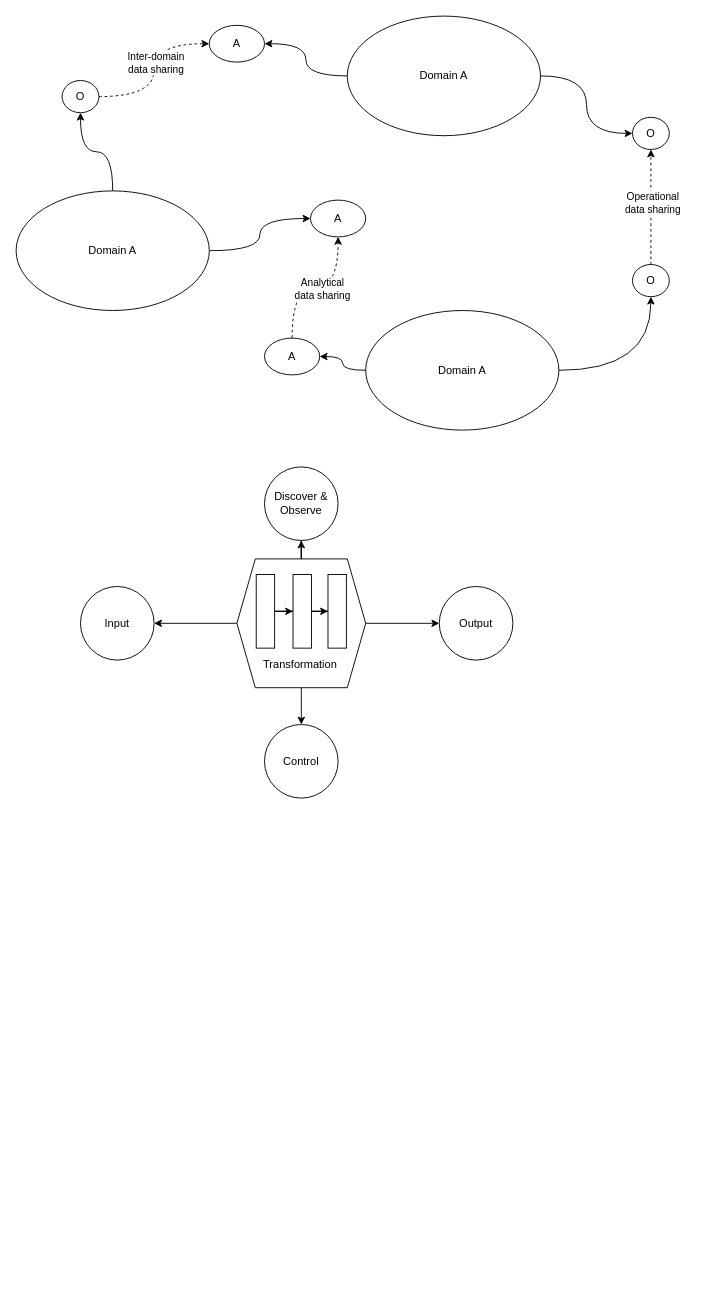
The draw.io diagram DataManagement/image/Mesh_Implementation.drawio in abhinavofficial/framework-utility-compilation, before the edit. Source tidied: cells renumbered, new cells numbered last; positions are measured from the earlier drawing's top-left corner, leaving out a move shared by most shapes. Both pictures are drawn from the tidied source at 92%, with x=0, y=0 at pixel (16, 16).
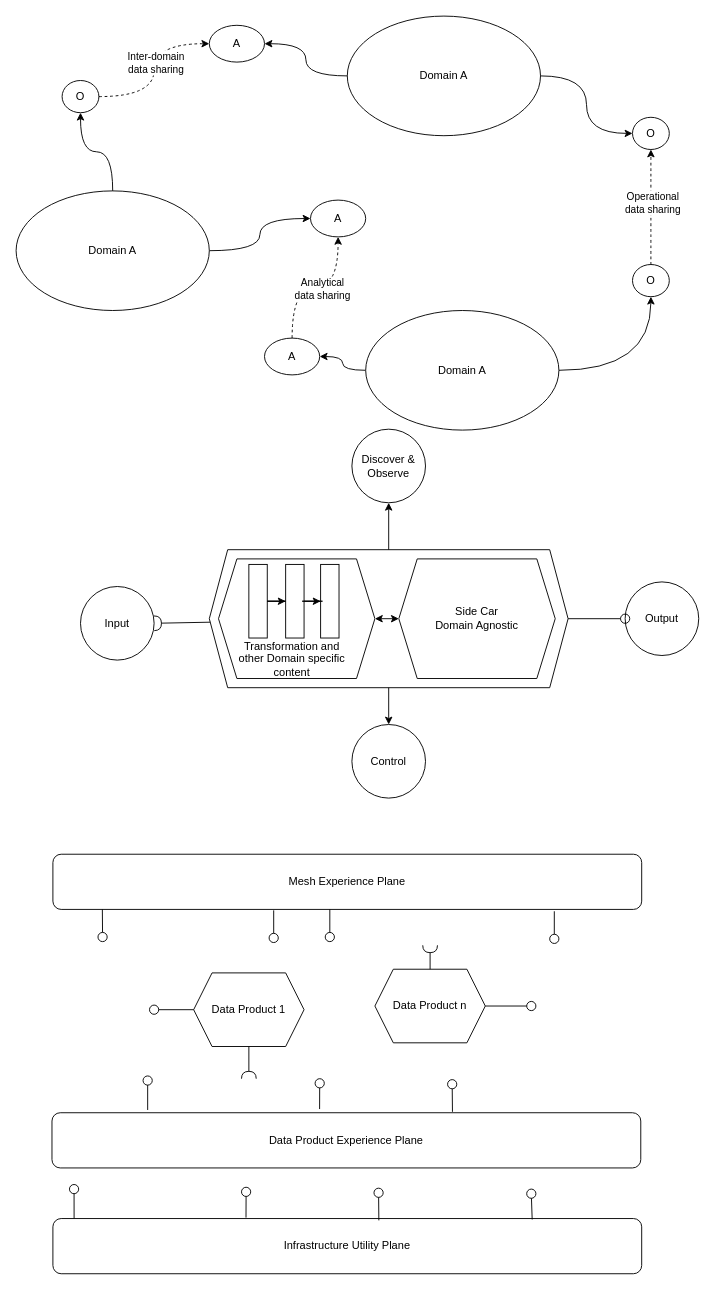
The same diagram, later.

The change refers to these unchanged cells:
```xml
<mxCell id="23" value="Input" style="ellipse;whiteSpace=wrap;html=1;" parent="1" vertex="1">
  <mxGeometry x="70" y="620" width="80" height="80" as="geometry" />
</mxCell>
```

What changed in the source:
```diff
@@
+    <mxCell id="31" style="shape=hexagon;perimeter=hexagonPerimeter2;whiteSpace=wrap;html=1;fixedSize=1;" parent="1" vertex="1">
+      <mxGeometry x="210" y="580" width="390" height="150" as="geometry" />
+    </mxCell>
+    <mxCell id="38" style="shape=hexagon;perimeter=hexagonPerimeter2;whiteSpace=wrap;html=1;fixedSize=1;" parent="1" vertex="1">
+      <mxGeometry x="220" y="590" width="170" height="130" as="geometry" />
+    </mxCell>
@@
+    <mxCell id="39" value="Mesh Experience Plane" style="rounded=1;whiteSpace=wrap;html=1;" parent="1" vertex="1">
+      <mxGeometry x="40" y="911" width="640" height="60" as="geometry" />
+    </mxCell>
+    <mxCell id="40" value="Data Product Experience Plane" style="rounded=1;whiteSpace=wrap;html=1;" parent="1" vertex="1">
+      <mxGeometry x="39" y="1192" width="640" height="60" as="geometry" />
+    </mxCell>
+    <mxCell id="41" value="Infrastructure Utility Plane" style="rounded=1;whiteSpace=wrap;html=1;" parent="1" vertex="1">
+      <mxGeometry x="40" y="1307" width="640" height="60" as="geometry" />
+    </mxCell>
+    <mxCell id="42" style="rounded=0;jettySize=auto;html=1;endArrow=oval;endFill=0;sketch=0;sourcePerimeterSpacing=0;targetPerimeterSpacing=0;endSize=10;exitX=0.084;exitY=1;exitDx=0;exitDy=0;exitPerimeter=0;" parent="1" edge="1" source="39">
+      <mxGeometry relative="1" as="geometry">
+        <mxPoint x="94" y="1001" as="targetPoint" />
+      </mxGeometry>
+    </mxCell>
+    <mxCell id="43" style="rounded=0;orthogonalLoop=1;jettySize=auto;html=1;endArrow=oval;endFill=0;sketch=0;sourcePerimeterSpacing=0;targetPerimeterSpacing=0;endSize=10;exitX=0.084;exitY=1;exitDx=0;exitDy=0;exitPerimeter=0;" parent="1" edge="1">
+      <mxGeometry relative="1" as="geometry">
+        <mxPoint x="280" y="972" as="sourcePoint" />
+        <mxPoint x="280" y="1002" as="targetPoint" />
+      </mxGeometry>
+    </mxCell>
+    <mxCell id="44" style="rounded=0;orthogonalLoop=1;jettySize=auto;html=1;endArrow=oval;endFill=0;sketch=0;sourcePerimeterSpacing=0;targetPerimeterSpacing=0;endSize=10;exitX=0.084;exitY=1;exitDx=0;exitDy=0;exitPerimeter=0;" parent="1" edge="1">
+      <mxGeometry relative="1" as="geometry">
+        <mxPoint x="341" y="971" as="sourcePoint" />
+        <mxPoint x="341" y="1001" as="targetPoint" />
+      </mxGeometry>
+    </mxCell>
+    <mxCell id="45" style="rounded=0;orthogonalLoop=1;jettySize=auto;html=1;endArrow=oval;endFill=0;sketch=0;sourcePerimeterSpacing=0;targetPerimeterSpacing=0;endSize=10;exitX=0.084;exitY=1;exitDx=0;exitDy=0;exitPerimeter=0;" parent="1" edge="1">
+      <mxGeometry relative="1" as="geometry">
+        <mxPoint x="585" y="973" as="sourcePoint" />
+        <mxPoint x="585" y="1003" as="targetPoint" />
+      </mxGeometry>
+    </mxCell>
+    <mxCell id="46" style="rounded=0;jettySize=auto;html=1;endArrow=oval;endFill=0;sketch=0;sourcePerimeterSpacing=0;targetPerimeterSpacing=0;endSize=10;exitX=0.036;exitY=0;exitDx=0;exitDy=0;exitPerimeter=0;" parent="1" edge="1" source="41">
+      <mxGeometry relative="1" as="geometry">
+        <mxPoint x="63" y="1275" as="targetPoint" />
+      </mxGeometry>
+    </mxCell>
+    <mxCell id="47" style="rounded=0;orthogonalLoop=1;jettySize=auto;html=1;endArrow=oval;endFill=0;sketch=0;sourcePerimeterSpacing=0;targetPerimeterSpacing=0;endSize=10;exitX=0.328;exitY=-0.05;exitDx=0;exitDy=0;exitPerimeter=0;" parent="1" edge="1">
+      <mxGeometry relative="1" as="geometry">
+        <mxPoint x="249.9" y="1306" as="sourcePoint" />
+        <mxPoint x="250" y="1278" as="targetPoint" />
+      </mxGeometry>
+    </mxCell>
+    <mxCell id="48" style="rounded=0;orthogonalLoop=1;jettySize=auto;html=1;endArrow=oval;endFill=0;sketch=0;sourcePerimeterSpacing=0;targetPerimeterSpacing=0;endSize=10;exitX=0.438;exitY=-0.033;exitDx=0;exitDy=0;exitPerimeter=0;" parent="1" edge="1">
+      <mxGeometry relative="1" as="geometry">
+        <mxPoint x="394.3" y="1309" as="sourcePoint" />
+        <mxPoint x="394" y="1279" as="targetPoint" />
+      </mxGeometry>
+    </mxCell>
+    <mxCell id="49" style="rounded=0;jettySize=auto;html=1;endArrow=oval;endFill=0;sketch=0;sourcePerimeterSpacing=0;targetPerimeterSpacing=0;endSize=10;exitX=0.814;exitY=0.017;exitDx=0;exitDy=0;exitPerimeter=0;" parent="1" edge="1" source="41">
+      <mxGeometry relative="1" as="geometry">
+        <mxPoint x="560" y="1280" as="targetPoint" />
+      </mxGeometry>
+    </mxCell>
+    <mxCell id="50" style="rounded=0;orthogonalLoop=1;jettySize=auto;html=1;endArrow=oval;endFill=0;sketch=0;sourcePerimeterSpacing=0;targetPerimeterSpacing=0;endSize=10;exitX=0.036;exitY=0;exitDx=0;exitDy=0;exitPerimeter=0;" parent="1" edge="1">
+      <mxGeometry relative="1" as="geometry">
+        <mxPoint x="143" y="1189" as="sourcePoint" />
+        <mxPoint x="143" y="1157" as="targetPoint" />
+      </mxGeometry>
+    </mxCell>
+    <mxCell id="51" style="rounded=0;orthogonalLoop=1;jettySize=auto;html=1;endArrow=oval;endFill=0;sketch=0;sourcePerimeterSpacing=0;targetPerimeterSpacing=0;endSize=10;exitX=0.328;exitY=-0.05;exitDx=0;exitDy=0;exitPerimeter=0;" parent="1" edge="1">
+      <mxGeometry relative="1" as="geometry">
+        <mxPoint x="329.9" y="1188" as="sourcePoint" />
+        <mxPoint x="330" y="1160" as="targetPoint" />
+      </mxGeometry>
+    </mxCell>
+    <mxCell id="52" style="rounded=0;orthogonalLoop=1;jettySize=auto;html=1;endArrow=oval;endFill=0;sketch=0;sourcePerimeterSpacing=0;targetPerimeterSpacing=0;endSize=10;exitX=0.438;exitY=-0.033;exitDx=0;exitDy=0;exitPerimeter=0;" parent="1" edge="1">
+      <mxGeometry relative="1" as="geometry">
+        <mxPoint x="474.3" y="1191" as="sourcePoint" />
+        <mxPoint x="474" y="1161" as="targetPoint" />
+      </mxGeometry>
+    </mxCell>
@@
     <mxCell id="24" value="Discover &amp;amp; Observe" style="ellipse;whiteSpace=wrap;html=1;" parent="1" vertex="1">
-      <mxGeometry x="270" y="490" width="80" height="80" as="geometry" />
+      <mxGeometry x="365" y="449" width="80" height="80" as="geometry" />
     </mxCell>
     <mxCell id="25" value="Output" style="ellipse;whiteSpace=wrap;html=1;" parent="1" vertex="1">
-      <mxGeometry x="460" y="620" width="80" height="80" as="geometry" />
+      <mxGeometry x="662" y="615" width="80" height="80" as="geometry" />
     </mxCell>
     <mxCell id="26" value="Control" style="ellipse;whiteSpace=wrap;html=1;" parent="1" vertex="1">
-      <mxGeometry x="270" y="770" width="80" height="80" as="geometry" />
+      <mxGeometry x="365" y="770" width="80" height="80" as="geometry" />
     </mxCell>
-    <mxCell id="27" style="edgeStyle=orthogonalEdgeStyle;rounded=0;jettySize=auto;html=1;" parent="1" edge="1" source="31" target="23">
-      <mxGeometry relative="1" as="geometry" />
-    </mxCell>
-    <mxCell id="28" style="edgeStyle=orthogonalEdgeStyle;rounded=0;jettySize=auto;html=1;" parent="1" edge="1" source="31" target="25">
-      <mxGeometry relative="1" as="geometry" />
-    </mxCell>
@@
-    <mxCell id="31" style="shape=hexagon;perimeter=hexagonPerimeter2;whiteSpace=wrap;html=1;fixedSize=1;" parent="1" vertex="1">
-      <mxGeometry x="240" y="590" width="140" height="140" as="geometry" />
-    </mxCell>
-    <mxCell id="32" style="edgeStyle=orthogonalEdgeStyle;rounded=0;jettySize=auto;html=1;endSize=6;" parent="1" edge="1" source="33" target="35">
-      <mxGeometry relative="1" as="geometry" />
-    </mxCell>
     <mxCell id="33" style="rounded=0;whiteSpace=wrap;html=1;" parent="1" vertex="1">
-      <mxGeometry x="261" y="607" width="20" height="80" as="geometry" />
+      <mxGeometry x="253" y="596" width="20" height="80" as="geometry" />
     </mxCell>
-    <mxCell id="34" style="edgeStyle=orthogonalEdgeStyle;rounded=0;jettySize=auto;html=1;endSize=6;" parent="1" edge="1" source="35" target="36">
-      <mxGeometry relative="1" as="geometry" />
-    </mxCell>
     <mxCell id="35" style="rounded=0;whiteSpace=wrap;html=1;" parent="1" vertex="1">
-      <mxGeometry x="301" y="607" width="20" height="80" as="geometry" />
+      <mxGeometry x="293" y="596" width="20" height="80" as="geometry" />
     </mxCell>
     <mxCell id="36" style="rounded=0;whiteSpace=wrap;html=1;" parent="1" vertex="1">
-      <mxGeometry x="339" y="607" width="20" height="80" as="geometry" />
+      <mxGeometry x="331" y="596" width="20" height="80" as="geometry" />
     </mxCell>
-    <mxCell id="37" value="Transformation" style="text;html=1;strokeColor=none;fillColor=none;align=center;verticalAlign=middle;whiteSpace=wrap;rounded=0;" parent="1" vertex="1">
-      <mxGeometry x="279" y="690" width="60" height="30" as="geometry" />
+    <mxCell id="37" value="Transformation and other Domain specific content" style="text;html=1;strokeColor=none;fillColor=none;align=center;verticalAlign=middle;whiteSpace=wrap;rounded=0;" parent="1" vertex="1">
+      <mxGeometry x="240" y="684" width="120" height="30" as="geometry" />
     </mxCell>
+    <mxCell id="32" style="edgeStyle=orthogonalEdgeStyle;rounded=0;jettySize=auto;html=1;endSize=6;" parent="1" edge="1" source="33" target="35">
+      <mxGeometry relative="1" as="geometry" />
+    </mxCell>
+    <mxCell id="27" style="rounded=0;jettySize=auto;html=1;endArrow=halfCircle;endFill=0;endSize=6;strokeWidth=1;sketch=0;entryX=1;entryY=0.5;entryDx=0;entryDy=0;" parent="1" edge="1" source="31" target="23">
+      <mxGeometry relative="1" as="geometry" />
+    </mxCell>
+    <mxCell id="53" style="ellipse;whiteSpace=wrap;html=1;align=center;fillColor=none;strokeColor=none;perimeter=centerPerimeter;" parent="1" vertex="1">
+      <mxGeometry x="335" y="790" width="10" height="10" as="geometry" />
+    </mxCell>
+    <mxCell id="34" style="edgeStyle=orthogonalEdgeStyle;rounded=0;jettySize=auto;html=1;endSize=6;" parent="1" edge="1" source="35" target="36">
+      <mxGeometry relative="1" as="geometry" />
+    </mxCell>
+    <mxCell id="28" style="rounded=0;jettySize=auto;html=1;endArrow=oval;endFill=0;sketch=0;sourcePerimeterSpacing=0;targetPerimeterSpacing=0;endSize=10;entryX=0;entryY=0.5;entryDx=0;entryDy=0;exitX=1;exitY=0.5;exitDx=0;exitDy=0;" parent="1" edge="1" source="31" target="25">
+      <mxGeometry relative="1" as="geometry" />
+    </mxCell>
+    <mxCell id="54" value="Side Car &lt;br&gt;Domain Agnostic" style="shape=hexagon;perimeter=hexagonPerimeter2;whiteSpace=wrap;html=1;fixedSize=1;" parent="1" vertex="1">
+      <mxGeometry x="416" y="590" width="170" height="130" as="geometry" />
+    </mxCell>
+    <mxCell id="55" style="endArrow=classic;startArrow=classic;html=1;rounded=0;entryX=0;entryY=0.5;entryDx=0;entryDy=0;exitX=1;exitY=0.5;exitDx=0;exitDy=0;" parent="1" edge="1" source="38" target="54">
+      <mxGeometry relative="1" as="geometry" />
+    </mxCell>
+    <mxCell id="56" value="Data Product 1" style="shape=hexagon;perimeter=hexagonPerimeter2;whiteSpace=wrap;html=1;fixedSize=1;" parent="1" vertex="1">
+      <mxGeometry x="193" y="1040" width="120" height="80" as="geometry" />
+    </mxCell>
+    <mxCell id="57" style="rounded=0;jettySize=auto;html=1;endArrow=halfCircle;endFill=0;endSize=6;strokeWidth=1;sketch=0;" parent="1" edge="1" source="56">
+      <mxGeometry relative="1" as="geometry">
+        <mxPoint x="253" y="1155" as="targetPoint" />
+      </mxGeometry>
+    </mxCell>
+    <mxCell id="58" style="rounded=0;jettySize=auto;html=1;endArrow=oval;endFill=0;sketch=0;sourcePerimeterSpacing=0;targetPerimeterSpacing=0;endSize=10;exitX=0;exitY=0.5;exitDx=0;exitDy=0;" parent="1" edge="1" source="56">
+      <mxGeometry relative="1" as="geometry">
+        <mxPoint x="150" y="1080" as="targetPoint" />
+      </mxGeometry>
+    </mxCell>
+    <mxCell id="59" style="ellipse;whiteSpace=wrap;html=1;align=center;fillColor=none;strokeColor=none;perimeter=centerPerimeter;" parent="1" vertex="1">
+      <mxGeometry x="293" y="1150" width="10" height="10" as="geometry" />
+    </mxCell>
+    <mxCell id="60" value="Data Product n" style="shape=hexagon;perimeter=hexagonPerimeter2;whiteSpace=wrap;html=1;fixedSize=1;direction=west;" parent="1" vertex="1">
+      <mxGeometry x="390" y="1036" width="120" height="80" as="geometry" />
+    </mxCell>
+    <mxCell id="61" style="rounded=0;jettySize=auto;html=1;endArrow=halfCircle;endFill=0;endSize=6;strokeWidth=1;sketch=0;" parent="1" edge="1" source="60">
+      <mxGeometry relative="1" as="geometry">
+        <mxPoint x="450" y="1010" as="targetPoint" />
+      </mxGeometry>
+    </mxCell>
+    <mxCell id="62" style="rounded=0;jettySize=auto;html=1;endArrow=oval;endFill=0;sketch=0;sourcePerimeterSpacing=0;targetPerimeterSpacing=0;endSize=10;exitX=0;exitY=0.5;exitDx=0;exitDy=0;" parent="1" edge="1" source="60">
+      <mxGeometry relative="1" as="geometry">
+        <mxPoint x="560" y="1076" as="targetPoint" />
+      </mxGeometry>
+    </mxCell>
+    <mxCell id="63" style="ellipse;whiteSpace=wrap;html=1;align=center;fillColor=none;strokeColor=none;perimeter=centerPerimeter;" parent="1" vertex="1">
+      <mxGeometry x="490" y="1146" width="10" height="10" as="geometry" />
+    </mxCell>
```
